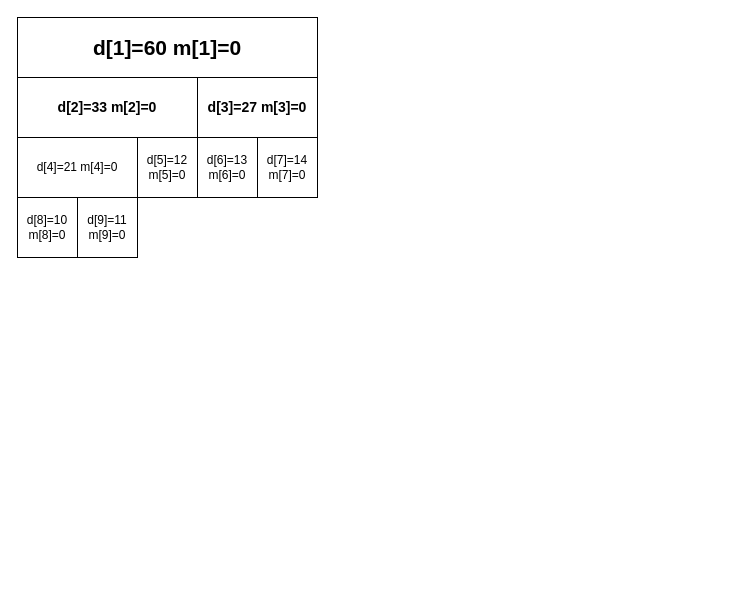
LuooChen/drawio keeps this draw.io diagram as segmentTree.drawio. Above is the earlier version. Source tidied: cells renumbered, new cells numbered last; positions are measured from the earlier drawing's top-left corner, leaving out a move shared by most shapes. Both pictures are drawn from the tidied source at 100%, with x=0, y=0 at pixel (17, 17).
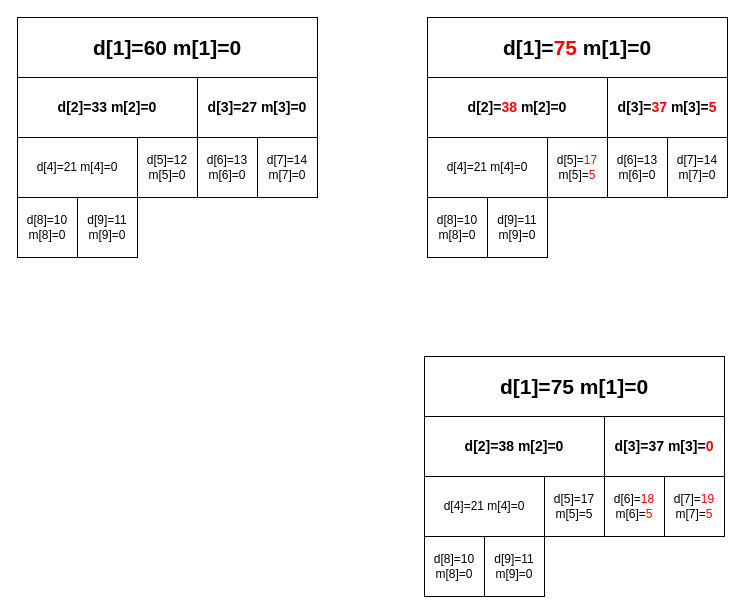
The same diagram, later.

What changed in the source:
```diff
@@
+    <mxCell id="11" value="&lt;span style=&quot;font-size: 21px;&quot;&gt;&lt;font style=&quot;font-size: 21px;&quot;&gt;d[1]=&lt;font color=&quot;#ff0000&quot;&gt;75&lt;/font&gt; m[1]=0&lt;/font&gt;&lt;/span&gt;" style="rounded=0;whiteSpace=wrap;html=1;fontSize=21;fontStyle=1;" parent="1" vertex="1">
+      <mxGeometry x="410" width="300" height="60" as="geometry" />
+    </mxCell>
+    <mxCell id="12" value="d[2]=&lt;font color=&quot;#ff0000&quot;&gt;38&lt;/font&gt; m[2]=0" style="whiteSpace=wrap;html=1;rounded=0;fontStyle=1;fontSize=14;" parent="1" vertex="1">
+      <mxGeometry x="410" y="60" width="180" height="60" as="geometry" />
+    </mxCell>
+    <mxCell id="13" value="d[3]=&lt;font color=&quot;#ff0000&quot;&gt;37&lt;/font&gt; m[3]=&lt;font color=&quot;#ff0000&quot;&gt;5&lt;/font&gt;" style="whiteSpace=wrap;html=1;rounded=0;fontStyle=1;fontSize=14;" parent="1" vertex="1">
+      <mxGeometry x="590" y="60" width="120" height="60" as="geometry" />
+    </mxCell>
+    <mxCell id="14" value="d[4]=21 m[4]=0" style="whiteSpace=wrap;html=1;rounded=0;" parent="1" vertex="1">
+      <mxGeometry x="410" y="120" width="120" height="60" as="geometry" />
+    </mxCell>
+    <mxCell id="15" value="d[5]=&lt;font color=&quot;#ff0000&quot;&gt;17&lt;/font&gt; m[5]=&lt;font color=&quot;#ff0000&quot;&gt;5&lt;/font&gt;" style="whiteSpace=wrap;html=1;rounded=0;" parent="1" vertex="1">
+      <mxGeometry x="530" y="120" width="60" height="60" as="geometry" />
+    </mxCell>
+    <mxCell id="16" value="d[7]=14 m[7]=0" style="whiteSpace=wrap;html=1;rounded=0;" parent="1" vertex="1">
+      <mxGeometry x="650" y="120" width="60" height="60" as="geometry" />
+    </mxCell>
+    <mxCell id="17" value="d[6]=13 m[6]=0" style="whiteSpace=wrap;html=1;rounded=0;" parent="1" vertex="1">
+      <mxGeometry x="590" y="120" width="60" height="60" as="geometry" />
+    </mxCell>
+    <mxCell id="18" value="d[8]=10 m[8]=0" style="whiteSpace=wrap;html=1;rounded=0;" parent="1" vertex="1">
+      <mxGeometry x="410" y="180" width="60" height="60" as="geometry" />
+    </mxCell>
+    <mxCell id="19" value="d[9]=11 m[9]=0" style="whiteSpace=wrap;html=1;rounded=0;" parent="1" vertex="1">
+      <mxGeometry x="470" y="180" width="60" height="60" as="geometry" />
+    </mxCell>
+    <mxCell id="20" value="&lt;span style=&quot;font-size: 21px;&quot;&gt;&lt;font style=&quot;font-size: 21px;&quot;&gt;d[1]=&lt;font&gt;75&lt;/font&gt; m[1]=0&lt;/font&gt;&lt;/span&gt;" style="rounded=0;whiteSpace=wrap;html=1;fontSize=21;fontStyle=1;fontColor=#000000;" parent="1" vertex="1">
+      <mxGeometry x="407" y="339" width="300" height="60" as="geometry" />
+    </mxCell>
+    <mxCell id="21" value="d[2]=&lt;font&gt;38&lt;/font&gt; m[2]=0" style="whiteSpace=wrap;html=1;rounded=0;fontStyle=1;fontSize=14;fontColor=#000000;" parent="1" vertex="1">
+      <mxGeometry x="407" y="399" width="180" height="60" as="geometry" />
+    </mxCell>
+    <mxCell id="22" value="d[3]=&lt;font&gt;37&lt;/font&gt; m[3]=&lt;font color=&quot;#ff0000&quot;&gt;0&lt;/font&gt;" style="whiteSpace=wrap;html=1;rounded=0;fontStyle=1;fontSize=14;fontColor=#000000;" parent="1" vertex="1">
+      <mxGeometry x="587" y="399" width="120" height="60" as="geometry" />
+    </mxCell>
+    <mxCell id="23" value="d[4]=21 m[4]=0" style="whiteSpace=wrap;html=1;rounded=0;fontColor=#000000;" parent="1" vertex="1">
+      <mxGeometry x="407" y="459" width="120" height="60" as="geometry" />
+    </mxCell>
+    <mxCell id="24" value="d[5]=&lt;font&gt;17&lt;/font&gt; m[5]=&lt;font&gt;5&lt;/font&gt;" style="whiteSpace=wrap;html=1;rounded=0;fontColor=#000000;" parent="1" vertex="1">
+      <mxGeometry x="527" y="459" width="60" height="60" as="geometry" />
+    </mxCell>
+    <mxCell id="25" value="d[7]=&lt;font color=&quot;#ff0000&quot;&gt;19&lt;/font&gt; m[7]=&lt;font color=&quot;#ff0000&quot;&gt;5&lt;/font&gt;" style="whiteSpace=wrap;html=1;rounded=0;fontColor=#000000;" parent="1" vertex="1">
+      <mxGeometry x="647" y="459" width="60" height="60" as="geometry" />
+    </mxCell>
+    <mxCell id="26" value="d[6]=&lt;font color=&quot;#ff0000&quot;&gt;18&lt;/font&gt; m[6]=&lt;font color=&quot;#ff0000&quot;&gt;5&lt;/font&gt;" style="whiteSpace=wrap;html=1;rounded=0;fontColor=#000000;" parent="1" vertex="1">
+      <mxGeometry x="587" y="459" width="60" height="60" as="geometry" />
+    </mxCell>
+    <mxCell id="27" value="d[8]=10 m[8]=0" style="whiteSpace=wrap;html=1;rounded=0;fontColor=#000000;" parent="1" vertex="1">
+      <mxGeometry x="407" y="519" width="60" height="60" as="geometry" />
+    </mxCell>
+    <mxCell id="28" value="d[9]=11 m[9]=0" style="whiteSpace=wrap;html=1;rounded=0;fontColor=#000000;" parent="1" vertex="1">
+      <mxGeometry x="467" y="519" width="60" height="60" as="geometry" />
+    </mxCell>
```
